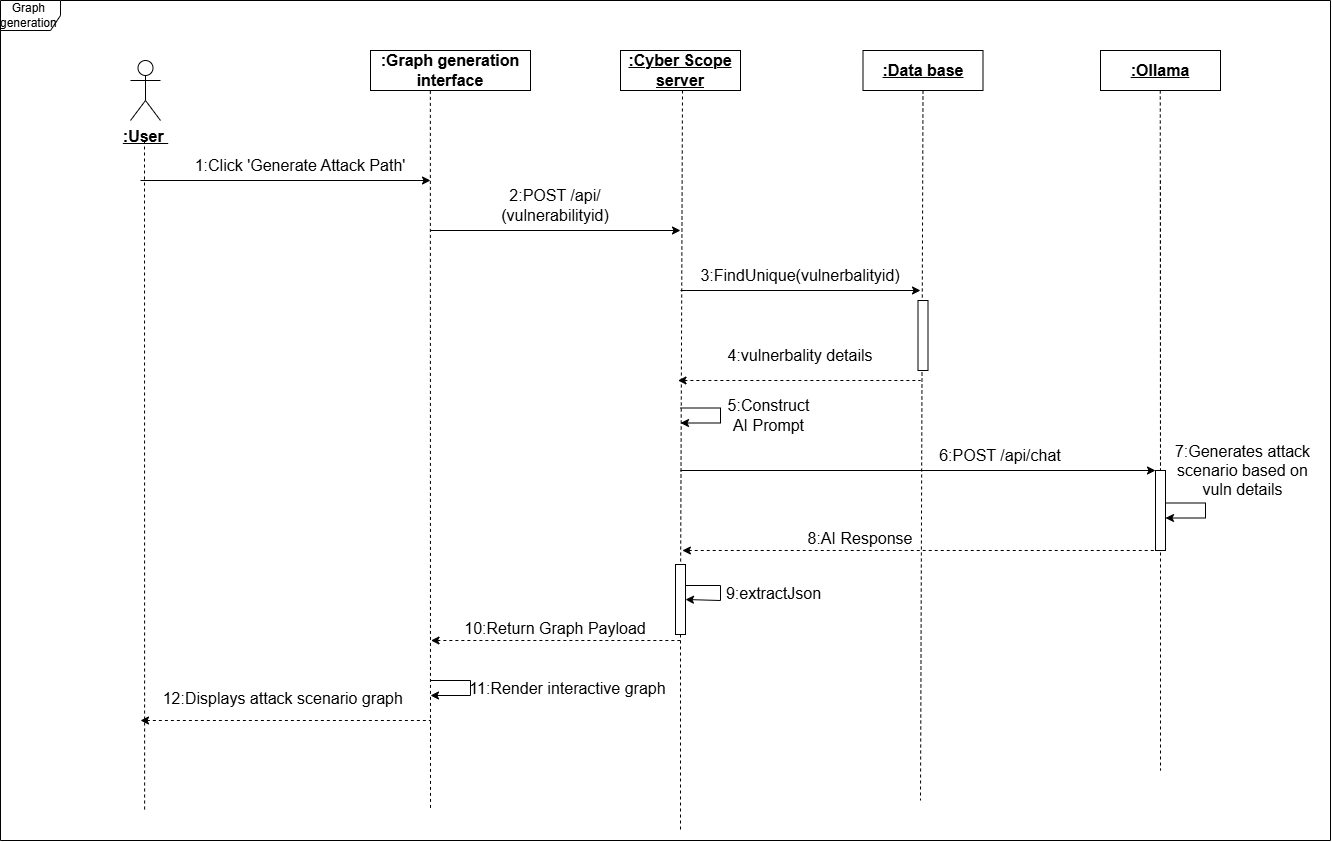
The draw.io diagram uploads/diagrams/sprint3 sequence.drawio.png in guizanimohamed23/report, before a commit. Source tidied: cells renumbered, new cells last; positions are measured from the earlier drawing's top-left corner, leaving out a move shared by most shapes.
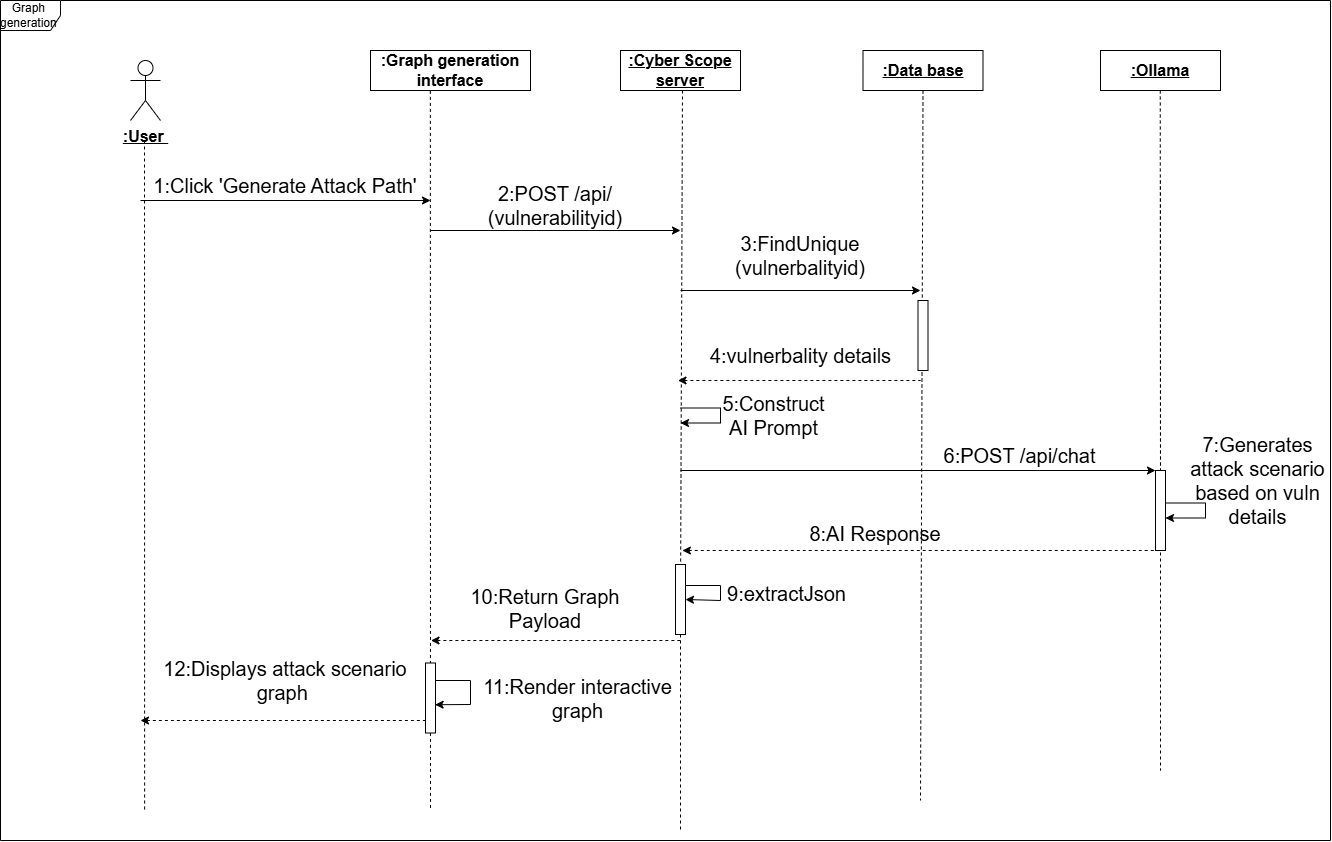
After the change.

Change to the diagram source:
```diff
@@ -49,8 +49,8 @@
     </mxCell>
     <mxCell id="13" style="endArrow=classic;html=1;rounded=0;strokeWidth=1;startArrow=none;startFill=0;" parent="1" edge="1">
       <mxGeometry relative="1" as="geometry">
-        <mxPoint x="140" y="180" as="sourcePoint" />
-        <mxPoint x="430" y="180" as="targetPoint" />
+        <mxPoint x="140" y="200" as="sourcePoint" />
+        <mxPoint x="430" y="200" as="targetPoint" />
       </mxGeometry>
     </mxCell>
     <mxCell id="14" style="endArrow=classic;html=1;rounded=0;strokeWidth=1;startArrow=none;startFill=0;" parent="1" edge="1">
@@ -65,14 +65,14 @@
         <mxPoint x="920" y="290" as="targetPoint" />
       </mxGeometry>
     </mxCell>
-    <mxCell id="16" value="&lt;font style=&quot;font-size: 16px;&quot;&gt;1:Click 'Generate Attack Path'&lt;/font&gt;" style="text;html=1;whiteSpace=wrap;strokeColor=none;fillColor=none;align=center;verticalAlign=middle;rounded=0;" parent="1" vertex="1">
-      <mxGeometry x="190" y="150" width="220" height="30" as="geometry" />
+    <mxCell id="16" value="&lt;font style=&quot;font-size: 20px;&quot;&gt;1:Click 'Generate Attack Path'&lt;/font&gt;" style="text;html=1;whiteSpace=wrap;strokeColor=none;fillColor=none;align=center;verticalAlign=middle;rounded=0;" parent="1" vertex="1">
+      <mxGeometry x="145" y="170" width="280" height="30" as="geometry" />
     </mxCell>
-    <mxCell id="17" value="&lt;font style=&quot;font-size: 16px;&quot;&gt;2:POST /api/ (vulnerabilityid)&lt;/font&gt;" style="text;html=1;whiteSpace=wrap;strokeColor=none;fillColor=none;align=center;verticalAlign=middle;rounded=0;" parent="1" vertex="1">
+    <mxCell id="17" value="&lt;font style=&quot;font-size: 20px;&quot;&gt;2:POST /api/ (vulnerabilityid)&lt;/font&gt;" style="text;html=1;whiteSpace=wrap;strokeColor=none;fillColor=none;align=center;verticalAlign=middle;rounded=0;" parent="1" vertex="1">
       <mxGeometry x="490" y="190" width="130" height="30" as="geometry" />
     </mxCell>
-    <mxCell id="18" value="&lt;font style=&quot;font-size: 16px;&quot;&gt;3:FindUnique(vulnerbalityid)&lt;/font&gt;" style="text;html=1;whiteSpace=wrap;strokeColor=none;fillColor=none;align=center;verticalAlign=middle;rounded=0;" parent="1" vertex="1">
-      <mxGeometry x="770" y="260" width="60" height="30" as="geometry" />
+    <mxCell id="18" value="&lt;font style=&quot;font-size: 20px;&quot;&gt;3:FindUnique&lt;br&gt;(vulnerbalityid)&lt;/font&gt;" style="text;html=1;whiteSpace=wrap;strokeColor=none;fillColor=none;align=center;verticalAlign=middle;rounded=0;" parent="1" vertex="1">
+      <mxGeometry x="770" y="240" width="60" height="30" as="geometry" />
     </mxCell>
     <mxCell id="19" style="rounded=0;whiteSpace=wrap;html=1;direction=south;" parent="1" vertex="1">
       <mxGeometry x="917.5" y="300" width="10" height="70" as="geometry" />
@@ -83,11 +83,11 @@
         <mxPoint x="920" y="380" as="targetPoint" />
       </mxGeometry>
     </mxCell>
-    <mxCell id="21" value="&lt;font style=&quot;font-size: 16px;&quot;&gt;4:vulnerbality details&lt;/font&gt;" style="text;html=1;whiteSpace=wrap;strokeColor=none;fillColor=none;align=center;verticalAlign=middle;rounded=0;" parent="1" vertex="1">
-      <mxGeometry x="725" y="340" width="150" height="30" as="geometry" />
+    <mxCell id="21" value="&lt;font style=&quot;font-size: 20px;&quot;&gt;4:vulnerbality details&lt;/font&gt;" style="text;html=1;whiteSpace=wrap;strokeColor=none;fillColor=none;align=center;verticalAlign=middle;rounded=0;" parent="1" vertex="1">
+      <mxGeometry x="702.5" y="340" width="195" height="30" as="geometry" />
     </mxCell>
-    <mxCell id="22" value="&lt;font style=&quot;font-size: 16px;&quot;&gt;5:Construct AI Prompt&lt;/font&gt;" style="text;html=1;whiteSpace=wrap;strokeColor=none;fillColor=none;align=center;verticalAlign=middle;rounded=0;" parent="1" vertex="1">
-      <mxGeometry x="725" y="400" width="87" height="30" as="geometry" />
+    <mxCell id="22" value="&lt;font style=&quot;font-size: 20px;&quot;&gt;5:Construct AI Prompt&lt;/font&gt;" style="text;html=1;whiteSpace=wrap;strokeColor=none;fillColor=none;align=center;verticalAlign=middle;rounded=0;" parent="1" vertex="1">
+      <mxGeometry x="730" y="400" width="87" height="30" as="geometry" />
     </mxCell>
     <mxCell id="23" style="endArrow=classic;html=1;rounded=0;" parent="1" edge="1">
       <mxGeometry relative="1" as="geometry">
@@ -104,8 +104,8 @@
         <mxPoint x="680" y="470" as="sourcePoint" />
       </mxGeometry>
     </mxCell>
-    <mxCell id="25" value="&lt;font style=&quot;font-size: 16px;&quot;&gt;6:POST /api/chat&lt;/font&gt;" style="text;html=1;whiteSpace=wrap;strokeColor=none;fillColor=none;align=center;verticalAlign=middle;rounded=0;" parent="1" vertex="1">
-      <mxGeometry x="927.5" y="440" width="143.5" height="30" as="geometry" />
+    <mxCell id="25" value="&lt;font style=&quot;font-size: 20px;&quot;&gt;6:POST /api/chat&lt;/font&gt;" style="text;html=1;whiteSpace=wrap;strokeColor=none;fillColor=none;align=center;verticalAlign=middle;rounded=0;" parent="1" vertex="1">
+      <mxGeometry x="927.5" y="440" width="182.5" height="30" as="geometry" />
     </mxCell>
     <mxCell id="26" style="endArrow=none;html=1;rounded=0;dashed=1;endFill=0;" parent="1" edge="1" target="27">
       <mxGeometry relative="1" as="geometry">
@@ -121,8 +121,8 @@
         <mxPoint x="1163.1" y="550" as="targetPoint" />
       </mxGeometry>
     </mxCell>
-    <mxCell id="29" value="&lt;font style=&quot;font-size: 16px;&quot;&gt;8:AI Response&lt;/font&gt;" style="text;html=1;whiteSpace=wrap;strokeColor=none;fillColor=none;align=center;verticalAlign=middle;rounded=0;" parent="1" vertex="1">
-      <mxGeometry x="800" y="520" width="120" height="35" as="geometry" />
+    <mxCell id="29" value="&lt;font style=&quot;font-size: 20px;&quot;&gt;8:AI Response&lt;/font&gt;" style="text;html=1;whiteSpace=wrap;strokeColor=none;fillColor=none;align=center;verticalAlign=middle;rounded=0;" parent="1" vertex="1">
+      <mxGeometry x="800" y="515" width="150" height="35" as="geometry" />
     </mxCell>
     <mxCell id="30" style="endArrow=classic;html=1;rounded=0;entryX=0.5;entryY=0;entryDx=0;entryDy=0;" parent="1" edge="1" target="40">
       <mxGeometry relative="1" as="geometry">
@@ -133,8 +133,8 @@
         </Array>
       </mxGeometry>
     </mxCell>
-    <mxCell id="31" value="&lt;font style=&quot;font-size: 16px;&quot;&gt;9:extractJson&lt;/font&gt;" style="text;html=1;whiteSpace=wrap;strokeColor=none;fillColor=none;align=center;verticalAlign=middle;rounded=0;" parent="1" vertex="1">
-      <mxGeometry x="730" y="577.5" width="87" height="30" as="geometry" />
+    <mxCell id="31" value="&lt;font style=&quot;font-size: 20px;&quot;&gt;9:extractJson&lt;/font&gt;" style="text;html=1;whiteSpace=wrap;strokeColor=none;fillColor=none;align=center;verticalAlign=middle;rounded=0;" parent="1" vertex="1">
+      <mxGeometry x="743" y="577.5" width="87" height="30" as="geometry" />
     </mxCell>
     <mxCell id="32" style="endArrow=none;html=1;rounded=0;strokeWidth=1;startArrow=classic;startFill=1;endFill=0;dashed=1;" parent="1" edge="1">
       <mxGeometry relative="1" as="geometry">
@@ -142,19 +142,18 @@
         <mxPoint x="680" y="640" as="targetPoint" />
       </mxGeometry>
     </mxCell>
-    <mxCell id="33" value="&lt;font style=&quot;font-size: 16px;&quot;&gt;10:Return Graph Payload&lt;/font&gt;" style="text;html=1;whiteSpace=wrap;strokeColor=none;fillColor=none;align=center;verticalAlign=middle;rounded=0;" parent="1" vertex="1">
-      <mxGeometry x="460" y="610" width="190" height="35" as="geometry" />
+    <mxCell id="33" value="&lt;font style=&quot;font-size: 20px;&quot;&gt;10:Return Graph Payload&lt;/font&gt;" style="text;html=1;whiteSpace=wrap;strokeColor=none;fillColor=none;align=center;verticalAlign=middle;rounded=0;" parent="1" vertex="1">
+      <mxGeometry x="450" y="590" width="190" height="35" as="geometry" />
     </mxCell>
-    <mxCell id="34" value="&lt;font style=&quot;font-size: 16px;&quot;&gt;11:Render interactive graph&lt;/font&gt;" style="text;html=1;whiteSpace=wrap;strokeColor=none;fillColor=none;align=center;verticalAlign=middle;rounded=0;" parent="1" vertex="1">
-      <mxGeometry x="460" y="670" width="215" height="35" as="geometry" />
+    <mxCell id="34" value="&lt;font style=&quot;font-size: 20px;&quot;&gt;11:Render interactive graph&lt;/font&gt;" style="text;html=1;whiteSpace=wrap;strokeColor=none;fillColor=none;align=center;verticalAlign=middle;rounded=0;" parent="1" vertex="1">
+      <mxGeometry x="470" y="680" width="215" height="35" as="geometry" />
     </mxCell>
-    <mxCell id="35" value=" " style="endArrow=classic;html=1;rounded=0;" parent="1" edge="1">
+    <mxCell id="35" value=" " style="endArrow=classic;html=1;rounded=0;entryX=0.596;entryY=0.039;entryDx=0;entryDy=0;entryPerimeter=0;" parent="1" edge="1" target="42">
       <mxGeometry relative="1" as="geometry">
         <mxPoint x="430" y="680" as="sourcePoint" />
-        <mxPoint x="430" y="695" as="targetPoint" />
         <Array as="points">
           <mxPoint x="470" y="680" />
-          <mxPoint x="470" y="695" />
+          <mxPoint x="470" y="704" />
         </Array>
       </mxGeometry>
     </mxCell>
@@ -164,11 +163,11 @@
         <mxPoint x="430" y="720" as="targetPoint" />
       </mxGeometry>
     </mxCell>
-    <mxCell id="37" value="&lt;font style=&quot;font-size: 16px;&quot;&gt;12:Displays attack scenario graph&amp;nbsp;&lt;/font&gt;" style="text;html=1;whiteSpace=wrap;strokeColor=none;fillColor=none;align=center;verticalAlign=middle;rounded=0;" parent="1" vertex="1">
-      <mxGeometry x="160" y="680" width="250" height="35" as="geometry" />
+    <mxCell id="37" value="&lt;font style=&quot;font-size: 20px;&quot;&gt;12:Displays attack scenario graph&amp;nbsp;&lt;/font&gt;" style="text;html=1;whiteSpace=wrap;strokeColor=none;fillColor=none;align=center;verticalAlign=middle;rounded=0;" parent="1" vertex="1">
+      <mxGeometry x="160" y="662.5" width="250" height="35" as="geometry" />
     </mxCell>
-    <mxCell id="38" value="&lt;font style=&quot;font-size: 16px;&quot;&gt;7:Generates attack scenario based on vuln details&lt;/font&gt;" style="text;html=1;whiteSpace=wrap;strokeColor=none;fillColor=none;align=center;verticalAlign=middle;rounded=0;" parent="1" vertex="1">
-      <mxGeometry x="1170" y="440" width="145" height="60" as="geometry" />
+    <mxCell id="38" value="&lt;font style=&quot;font-size: 20px;&quot;&gt;7:Generates attack scenario based on vuln details&lt;/font&gt;" style="text;html=1;whiteSpace=wrap;strokeColor=none;fillColor=none;align=center;verticalAlign=middle;rounded=0;" parent="1" vertex="1">
+      <mxGeometry x="1185" y="450" width="145" height="60" as="geometry" />
     </mxCell>
     <mxCell id="39" style="endArrow=classic;html=1;rounded=0;" parent="1" edge="1">
       <mxGeometry relative="1" as="geometry">
@@ -188,5 +187,8 @@
         <mxPoint x="682" y="90" as="sourcePoint" />
       </mxGeometry>
     </mxCell>
+    <mxCell id="42" style="rounded=0;whiteSpace=wrap;html=1;direction=south;" parent="1" vertex="1">
+      <mxGeometry x="425" y="662.5" width="10" height="70" as="geometry" />
+    </mxCell>
   </root>
 </mxGraphModel>
```
